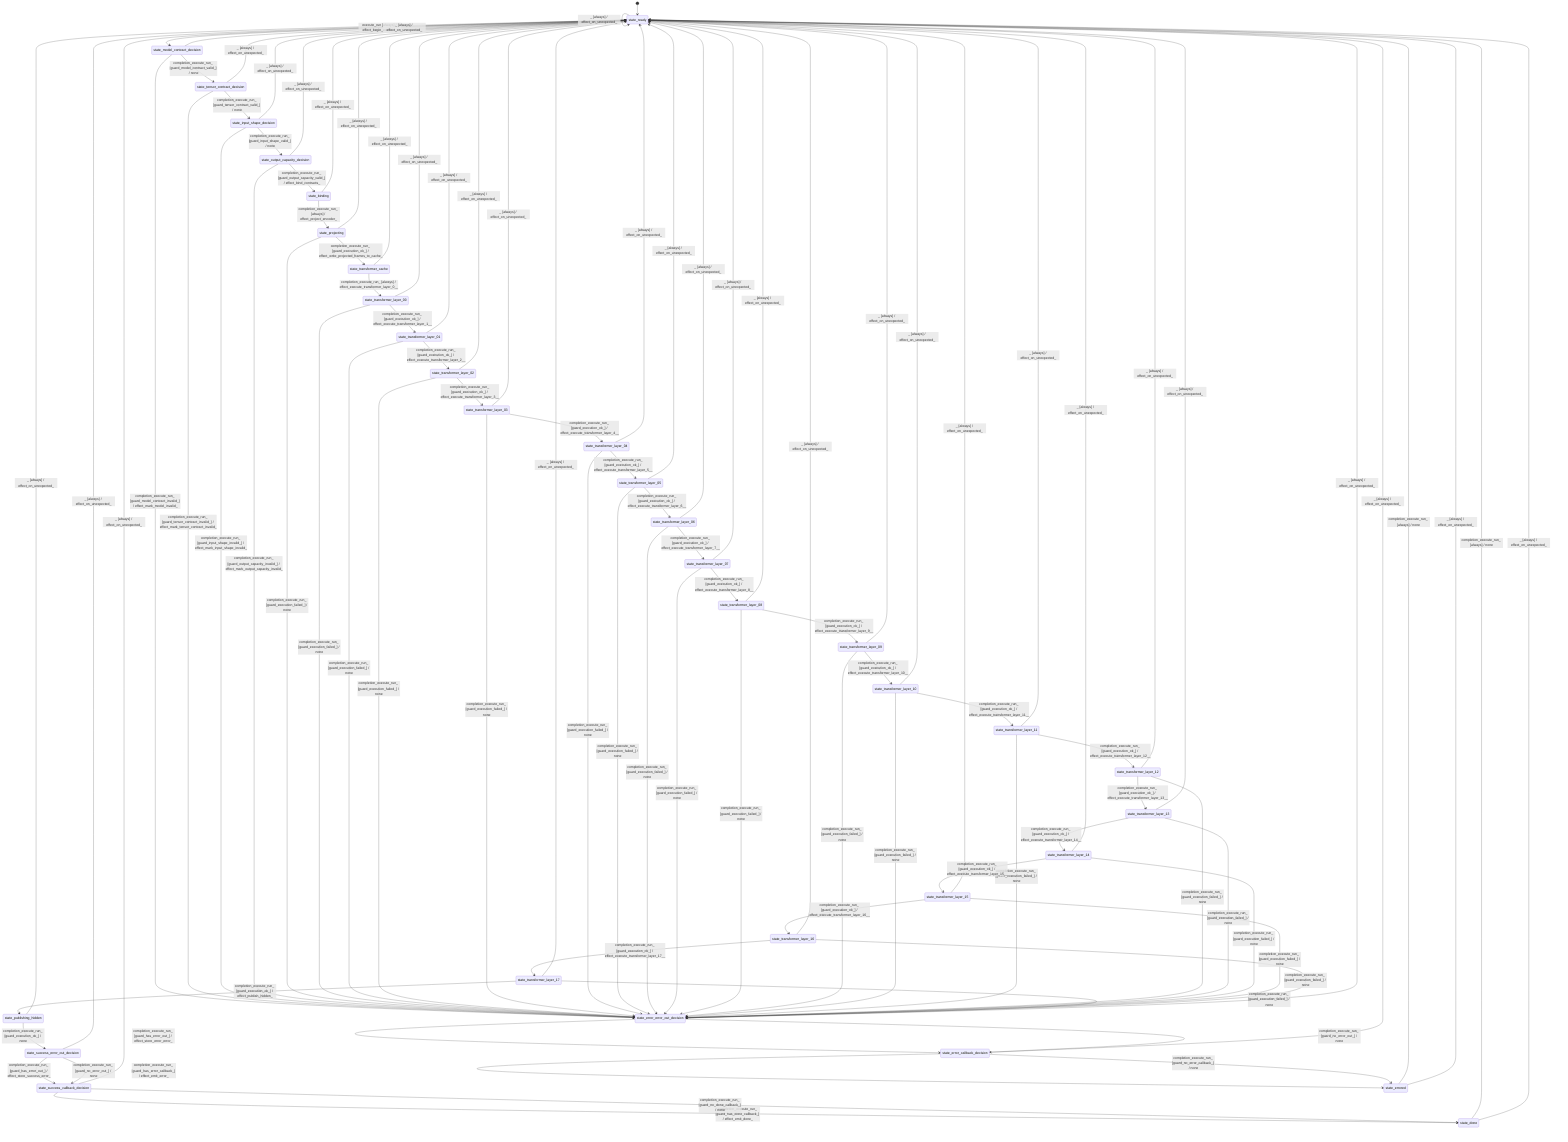
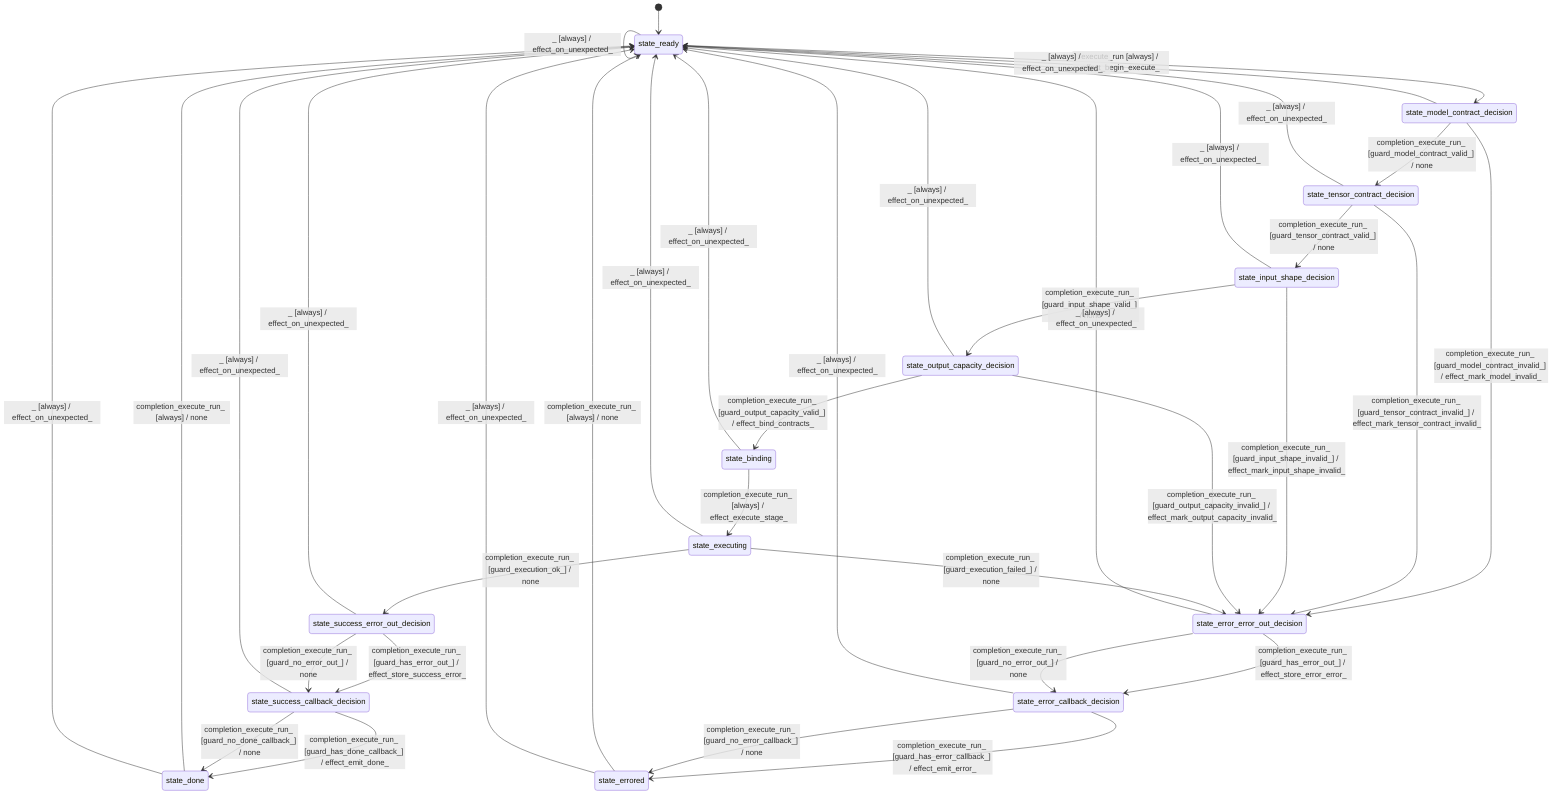
stateDiagram-v2
  direction TB
  [*] --> state_ready
  state_ready --> state_model_contract_decision : execute_run [always] / effect_begin_execute_
  state_model_contract_decision --> state_tensor_contract_decision : completion_execute_run_ [guard_model_contract_valid_] / none
  state_model_contract_decision --> state_error_error_out_decision : completion_execute_run_ [guard_model_contract_invalid_] / effect_mark_model_invalid_
  state_tensor_contract_decision --> state_input_shape_decision : completion_execute_run_ [guard_tensor_contract_valid_] / none
  state_tensor_contract_decision --> state_error_error_out_decision : completion_execute_run_ [guard_tensor_contract_invalid_] / effect_mark_tensor_contract_invalid_
  state_input_shape_decision --> state_output_capacity_decision : completion_execute_run_ [guard_input_shape_valid_] / none
  state_input_shape_decision --> state_error_error_out_decision : completion_execute_run_ [guard_input_shape_invalid_] / effect_mark_input_shape_invalid_
  state_output_capacity_decision --> state_binding : completion_execute_run_ [guard_output_capacity_valid_] / effect_bind_contracts_
  state_output_capacity_decision --> state_error_error_out_decision : completion_execute_run_ [guard_output_capacity_invalid_] / effect_mark_output_capacity_invalid_
-   state_binding --> state_projecting : completion_execute_run_ [always] / effect_project_encoder_
-   state_projecting --> state_transformer_cache : completion_execute_run_ [guard_execution_ok_] / effect_write_projected_frames_to_cache_
-   state_projecting --> state_error_error_out_decision : completion_execute_run_ [guard_execution_failed_] / none
-   state_transformer_cache --> state_transformer_layer_00 : completion_execute_run_ [always] / effect_execute_transformer_layer_0__
-   state_transformer_layer_00 --> state_transformer_layer_01 : completion_execute_run_ [guard_execution_ok_] / effect_execute_transformer_layer_1__
-   state_transformer_layer_00 --> state_error_error_out_decision : completion_execute_run_ [guard_execution_failed_] / none
-   state_transformer_layer_01 --> state_transformer_layer_02 : completion_execute_run_ [guard_execution_ok_] / effect_execute_transformer_layer_2__
-   state_transformer_layer_01 --> state_error_error_out_decision : completion_execute_run_ [guard_execution_failed_] / none
-   state_transformer_layer_02 --> state_transformer_layer_03 : completion_execute_run_ [guard_execution_ok_] / effect_execute_transformer_layer_3__
-   state_transformer_layer_02 --> state_error_error_out_decision : completion_execute_run_ [guard_execution_failed_] / none
-   state_transformer_layer_03 --> state_transformer_layer_04 : completion_execute_run_ [guard_execution_ok_] / effect_execute_transformer_layer_4__
-   state_transformer_layer_03 --> state_error_error_out_decision : completion_execute_run_ [guard_execution_failed_] / none
-   state_transformer_layer_04 --> state_transformer_layer_05 : completion_execute_run_ [guard_execution_ok_] / effect_execute_transformer_layer_5__
-   state_transformer_layer_04 --> state_error_error_out_decision : completion_execute_run_ [guard_execution_failed_] / none
-   state_transformer_layer_05 --> state_transformer_layer_06 : completion_execute_run_ [guard_execution_ok_] / effect_execute_transformer_layer_6__
-   state_transformer_layer_05 --> state_error_error_out_decision : completion_execute_run_ [guard_execution_failed_] / none
-   state_transformer_layer_06 --> state_transformer_layer_07 : completion_execute_run_ [guard_execution_ok_] / effect_execute_transformer_layer_7__
-   state_transformer_layer_06 --> state_error_error_out_decision : completion_execute_run_ [guard_execution_failed_] / none
-   state_transformer_layer_07 --> state_transformer_layer_08 : completion_execute_run_ [guard_execution_ok_] / effect_execute_transformer_layer_8__
-   state_transformer_layer_07 --> state_error_error_out_decision : completion_execute_run_ [guard_execution_failed_] / none
-   state_transformer_layer_08 --> state_transformer_layer_09 : completion_execute_run_ [guard_execution_ok_] / effect_execute_transformer_layer_9__
-   state_transformer_layer_08 --> state_error_error_out_decision : completion_execute_run_ [guard_execution_failed_] / none
-   state_transformer_layer_09 --> state_transformer_layer_10 : completion_execute_run_ [guard_execution_ok_] / effect_execute_transformer_layer_10__
-   state_transformer_layer_09 --> state_error_error_out_decision : completion_execute_run_ [guard_execution_failed_] / none
-   state_transformer_layer_10 --> state_transformer_layer_11 : completion_execute_run_ [guard_execution_ok_] / effect_execute_transformer_layer_11__
-   state_transformer_layer_10 --> state_error_error_out_decision : completion_execute_run_ [guard_execution_failed_] / none
-   state_transformer_layer_11 --> state_transformer_layer_12 : completion_execute_run_ [guard_execution_ok_] / effect_execute_transformer_layer_12__
-   state_transformer_layer_11 --> state_error_error_out_decision : completion_execute_run_ [guard_execution_failed_] / none
-   state_transformer_layer_12 --> state_transformer_layer_13 : completion_execute_run_ [guard_execution_ok_] / effect_execute_transformer_layer_13__
-   state_transformer_layer_12 --> state_error_error_out_decision : completion_execute_run_ [guard_execution_failed_] / none
-   state_transformer_layer_13 --> state_transformer_layer_14 : completion_execute_run_ [guard_execution_ok_] / effect_execute_transformer_layer_14__
-   state_transformer_layer_13 --> state_error_error_out_decision : completion_execute_run_ [guard_execution_failed_] / none
-   state_transformer_layer_14 --> state_transformer_layer_15 : completion_execute_run_ [guard_execution_ok_] / effect_execute_transformer_layer_15__
-   state_transformer_layer_14 --> state_error_error_out_decision : completion_execute_run_ [guard_execution_failed_] / none
-   state_transformer_layer_15 --> state_transformer_layer_16 : completion_execute_run_ [guard_execution_ok_] / effect_execute_transformer_layer_16__
-   state_transformer_layer_15 --> state_error_error_out_decision : completion_execute_run_ [guard_execution_failed_] / none
-   state_transformer_layer_16 --> state_transformer_layer_17 : completion_execute_run_ [guard_execution_ok_] / effect_execute_transformer_layer_17__
-   state_transformer_layer_16 --> state_error_error_out_decision : completion_execute_run_ [guard_execution_failed_] / none
-   state_transformer_layer_17 --> state_publishing_hidden : completion_execute_run_ [guard_execution_ok_] / effect_publish_hidden_
-   state_transformer_layer_17 --> state_error_error_out_decision : completion_execute_run_ [guard_execution_failed_] / none
-   state_publishing_hidden --> state_success_error_out_decision : completion_execute_run_ [guard_execution_ok_] / none
+   state_binding --> state_executing : completion_execute_run_ [always] / effect_execute_stage_
+   state_executing --> state_success_error_out_decision : completion_execute_run_ [guard_execution_ok_] / none
+   state_executing --> state_error_error_out_decision : completion_execute_run_ [guard_execution_failed_] / none
  state_success_error_out_decision --> state_success_callback_decision : completion_execute_run_ [guard_has_error_out_] / effect_store_success_error_
  state_success_error_out_decision --> state_success_callback_decision : completion_execute_run_ [guard_no_error_out_] / none
  state_error_error_out_decision --> state_error_callback_decision : completion_execute_run_ [guard_has_error_out_] / effect_store_error_error_
  state_error_error_out_decision --> state_error_callback_decision : completion_execute_run_ [guard_no_error_out_] / none
  state_success_callback_decision --> state_done : completion_execute_run_ [guard_has_done_callback_] / effect_emit_done_
  state_success_callback_decision --> state_done : completion_execute_run_ [guard_no_done_callback_] / none
  state_error_callback_decision --> state_errored : completion_execute_run_ [guard_has_error_callback_] / effect_emit_error_
  state_error_callback_decision --> state_errored : completion_execute_run_ [guard_no_error_callback_] / none
  state_done --> state_ready : completion_execute_run_ [always] / none
  state_errored --> state_ready : completion_execute_run_ [always] / none
  state_ready --> state_ready : _ [always] / effect_on_unexpected_
  state_model_contract_decision --> state_ready : _ [always] / effect_on_unexpected_
  state_tensor_contract_decision --> state_ready : _ [always] / effect_on_unexpected_
  state_input_shape_decision --> state_ready : _ [always] / effect_on_unexpected_
  state_output_capacity_decision --> state_ready : _ [always] / effect_on_unexpected_
  state_binding --> state_ready : _ [always] / effect_on_unexpected_
-   state_projecting --> state_ready : _ [always] / effect_on_unexpected_
-   state_transformer_cache --> state_ready : _ [always] / effect_on_unexpected_
-   state_transformer_layer_00 --> state_ready : _ [always] / effect_on_unexpected_
-   state_transformer_layer_01 --> state_ready : _ [always] / effect_on_unexpected_
-   state_transformer_layer_02 --> state_ready : _ [always] / effect_on_unexpected_
-   state_transformer_layer_03 --> state_ready : _ [always] / effect_on_unexpected_
-   state_transformer_layer_04 --> state_ready : _ [always] / effect_on_unexpected_
-   state_transformer_layer_05 --> state_ready : _ [always] / effect_on_unexpected_
-   state_transformer_layer_06 --> state_ready : _ [always] / effect_on_unexpected_
-   state_transformer_layer_07 --> state_ready : _ [always] / effect_on_unexpected_
-   state_transformer_layer_08 --> state_ready : _ [always] / effect_on_unexpected_
-   state_transformer_layer_09 --> state_ready : _ [always] / effect_on_unexpected_
-   state_transformer_layer_10 --> state_ready : _ [always] / effect_on_unexpected_
-   state_transformer_layer_11 --> state_ready : _ [always] / effect_on_unexpected_
-   state_transformer_layer_12 --> state_ready : _ [always] / effect_on_unexpected_
-   state_transformer_layer_13 --> state_ready : _ [always] / effect_on_unexpected_
-   state_transformer_layer_14 --> state_ready : _ [always] / effect_on_unexpected_
-   state_transformer_layer_15 --> state_ready : _ [always] / effect_on_unexpected_
-   state_transformer_layer_16 --> state_ready : _ [always] / effect_on_unexpected_
-   state_transformer_layer_17 --> state_ready : _ [always] / effect_on_unexpected_
-   state_publishing_hidden --> state_ready : _ [always] / effect_on_unexpected_
+   state_executing --> state_ready : _ [always] / effect_on_unexpected_
  state_success_error_out_decision --> state_ready : _ [always] / effect_on_unexpected_
  state_success_callback_decision --> state_ready : _ [always] / effect_on_unexpected_
  state_error_error_out_decision --> state_ready : _ [always] / effect_on_unexpected_
  state_error_callback_decision --> state_ready : _ [always] / effect_on_unexpected_
  state_done --> state_ready : _ [always] / effect_on_unexpected_
  state_errored --> state_ready : _ [always] / effect_on_unexpected_
